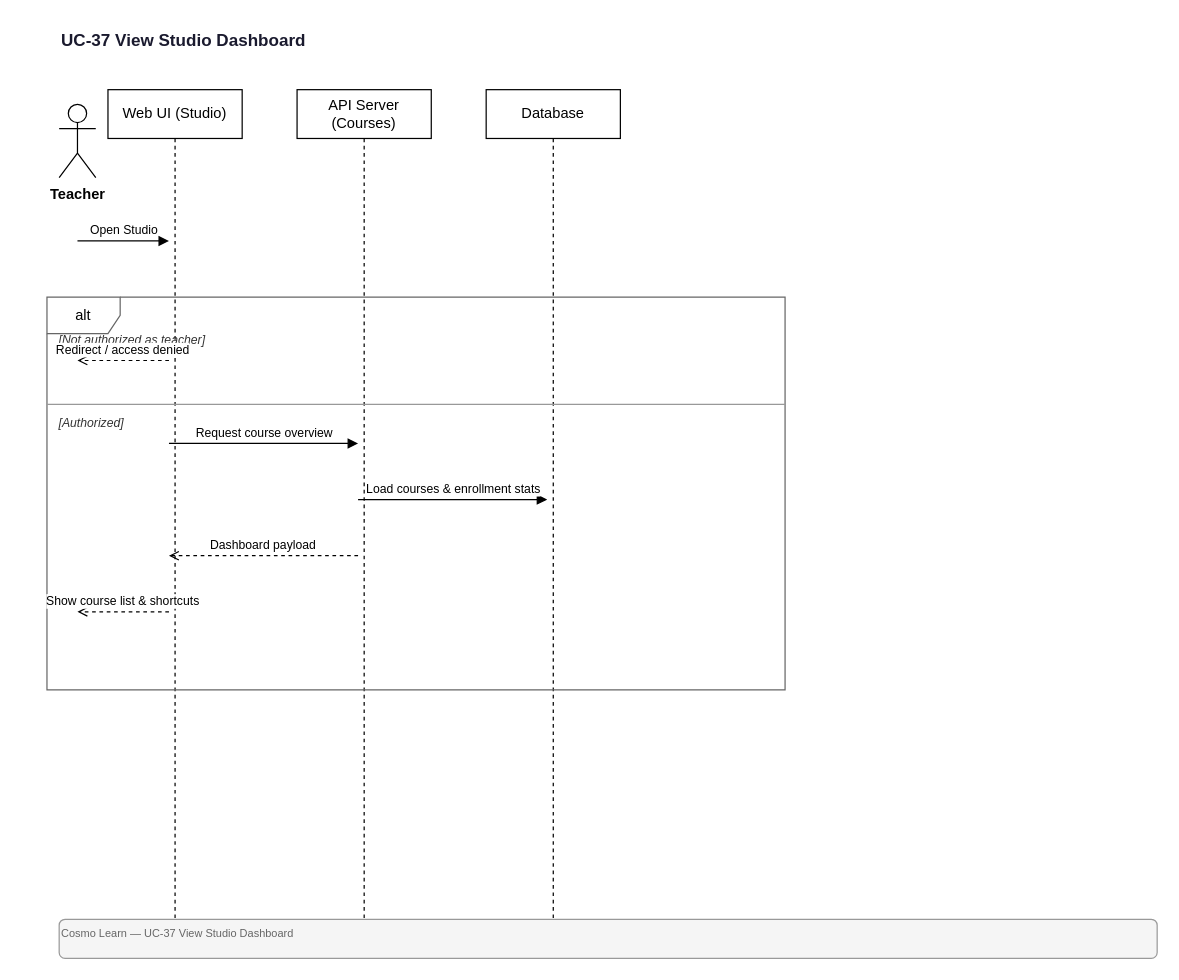
Before: docs/diagrams/sequence/UC-37-View-Studio-Dashboard.drawio in quangg1/ASTRO_EDU, a draw.io diagram. Source tidied: cells renumbered, new cells numbered last; positions are measured from the earlier drawing's top-left corner, leaving out a move shared by most shapes. Both pictures are drawn from the tidied source at 122%, with x=0, y=0 at pixel (46, 21).
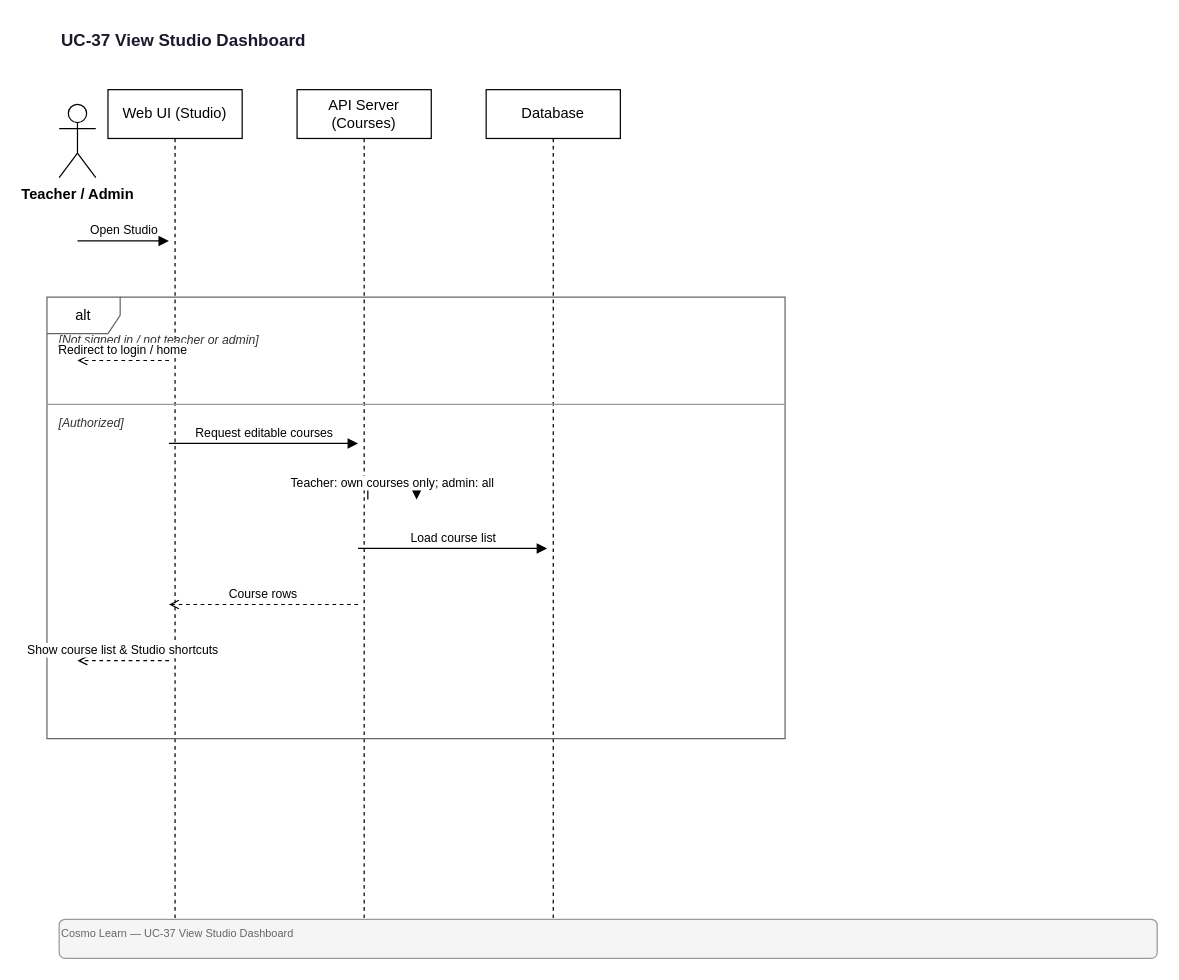
The same page after the edit.

Change to the diagram source:
```diff
@@
-    <mxCell id="3" value="Teacher" style="shape=umlActor;verticalLabelPosition=bottom;verticalAlign=top;html=1;fontSize=12;fontStyle=1;" parent="1" vertex="1">
+    <mxCell id="3" value="Teacher / Admin" style="shape=umlActor;verticalLabelPosition=bottom;verticalAlign=top;html=1;fontSize=12;fontStyle=1;" parent="1" vertex="1">
       <mxGeometry x="10" y="68" width="30" height="60" as="geometry" />
     </mxCell>
@@
     <mxCell id="8" value="alt" style="shape=umlFrame;whiteSpace=wrap;html=1;fillColor=none;strokeColor=#666666;" parent="1" vertex="1">
-      <mxGeometry y="226" width="605" height="322" as="geometry" />
+      <mxGeometry y="226" width="605" height="362" as="geometry" />
     </mxCell>
-    <mxCell id="9" value="[Not authorized as teacher]" style="text;html=1;strokeColor=none;fillColor=none;align=left;verticalAlign=middle;fontSize=10;fontStyle=2;fontColor=#333333;" parent="1" vertex="1">
+    <mxCell id="9" value="[Not signed in / not teacher or admin]" style="text;html=1;strokeColor=none;fillColor=none;align=left;verticalAlign=middle;fontSize=10;fontStyle=2;fontColor=#333333;" parent="1" vertex="1">
       <mxGeometry x="8" y="252" width="589" height="18" as="geometry" />
     </mxCell>
-    <mxCell id="10" value="Redirect / access denied" style="endArrow=open;endFill=0;html=1;dashed=1;fontSize=10;verticalAlign=bottom;" parent="1" edge="1">
+    <mxCell id="10" value="Redirect to login / home" style="endArrow=open;endFill=0;html=1;dashed=1;fontSize=10;verticalAlign=bottom;" parent="1" edge="1">
       <mxGeometry relative="1" as="geometry">
         <mxPoint x="100" y="278" as="sourcePoint" />
         <mxPoint x="25" y="278" as="targetPoint" />
       </mxGeometry>
     </mxCell>
@@
-    <mxCell id="13" value="Request course overview" style="endArrow=block;endFill=1;html=1;fontSize=10;verticalAlign=bottom;" parent="1" edge="1">
+    <mxCell id="13" value="Request editable courses" style="endArrow=block;endFill=1;html=1;fontSize=10;verticalAlign=bottom;" parent="1" edge="1">
       <mxGeometry relative="1" as="geometry">
         <mxPoint x="100" y="346" as="sourcePoint" />
         <mxPoint x="255" y="346" as="targetPoint" />
       </mxGeometry>
     </mxCell>
-    <mxCell id="14" value="Load courses &amp; enrollment stats" style="endArrow=block;endFill=1;html=1;fontSize=10;verticalAlign=bottom;" parent="1" edge="1">
+    <mxCell id="14" value="Teacher: own courses only; admin: all" style="endArrow=block;endFill=1;html=1;fontSize=10;edgeStyle=orthogonalEdgeStyle;rounded=0;" parent="1" edge="1">
       <mxGeometry relative="1" as="geometry">
-        <mxPoint x="255" y="392" as="sourcePoint" />
-        <mxPoint x="410" y="392" as="targetPoint" />
+        <mxPoint x="263" y="392" as="sourcePoint" />
+        <mxPoint x="303" y="392" as="targetPoint" />
+        <Array as="points">
+          <mxPoint x="303" y="378" />
+          <mxPoint x="263" y="378" />
+        </Array>
       </mxGeometry>
     </mxCell>
-    <mxCell id="15" value="Dashboard payload" style="endArrow=open;endFill=0;html=1;dashed=1;fontSize=10;verticalAlign=bottom;" parent="1" edge="1">
+    <mxCell id="15" value="Load course list" style="endArrow=block;endFill=1;html=1;fontSize=10;verticalAlign=bottom;" parent="1" edge="1">
       <mxGeometry relative="1" as="geometry">
-        <mxPoint x="255" y="438" as="sourcePoint" />
-        <mxPoint x="100" y="438" as="targetPoint" />
+        <mxPoint x="255" y="432" as="sourcePoint" />
+        <mxPoint x="410" y="432" as="targetPoint" />
       </mxGeometry>
     </mxCell>
-    <mxCell id="16" value="Show course list &amp; shortcuts" style="endArrow=open;endFill=0;html=1;dashed=1;fontSize=10;verticalAlign=bottom;" parent="1" edge="1">
+    <mxCell id="16" value="Course rows" style="endArrow=open;endFill=0;html=1;dashed=1;fontSize=10;verticalAlign=bottom;" parent="1" edge="1">
       <mxGeometry relative="1" as="geometry">
-        <mxPoint x="100" y="484" as="sourcePoint" />
-        <mxPoint x="25" y="484" as="targetPoint" />
+        <mxPoint x="255" y="478" as="sourcePoint" />
+        <mxPoint x="100" y="478" as="targetPoint" />
       </mxGeometry>
     </mxCell>
-    <mxCell id="17" value="Cosmo Learn — UC-37 View Studio Dashboard" style="text;html=1;strokeColor=#999;fillColor=#f5f5f5;align=left;verticalAlign=top;fontSize=9;fontColor=#666;rounded=1;" parent="1" vertex="1">
-      <mxGeometry x="10" y="736" width="900" height="32" as="geometry" />
+    <mxCell id="17" value="Show course list &amp; Studio shortcuts" style="endArrow=open;endFill=0;html=1;dashed=1;fontSize=10;verticalAlign=bottom;" parent="1" edge="1">
+      <mxGeometry relative="1" as="geometry">
+        <mxPoint x="100" y="524" as="sourcePoint" />
+        <mxPoint x="25" y="524" as="targetPoint" />
+      </mxGeometry>
     </mxCell>
+    <mxCell id="18" value="Cosmo Learn — UC-37 View Studio Dashboard" style="text;html=1;strokeColor=#999;fillColor=#f5f5f5;align=left;verticalAlign=top;fontSize=9;fontColor=#666;rounded=1;" parent="1" vertex="1">
+      <mxGeometry x="10" y="736" width="900" height="32" as="geometry" />
+    </mxCell>
```
